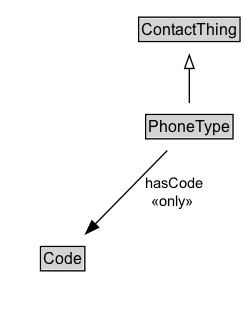
Before: docs/diagrams/PhoneType.dot.png, a diagram exported from Graphviz (ISO-TC204/ontology-cdm-p2-v1). Its source is kept beside it as docs/diagrams/PhoneType.dot. Source of this version:
```dot
digraph {
	graph [overlap=false rankdir=TB splines=true]
	node [fontname=Arial fontsize=12 margin=0 shape=none]
	edge [fontname=Arial fontsize=11]
	{
		rank=max
		PhoneType [label=<<TABLE BORDER="1" CELLBORDER="0" CELLSPACING="0" CELLPADDING="1"><TR><TD BGCOLOR="lightgray" ALIGN="CENTER" PORT="e">PhoneType</TD></TR></TABLE>> URL="../PhoneType.md" margin=0]
	}
	subgraph cluster_associated {
		label="" style=invis
		Invis [label=<<TABLE BORDER="0" CELLBORDER="0" CELLSPACING="0" CELLPADDING="1"><TR><TD></TD></TR></TABLE>> margin=0 style=invis]
		Code [label=<<TABLE BORDER="1" CELLBORDER="0" CELLSPACING="0" CELLPADDING="1"><TR><TD BGCOLOR="lightgray" ALIGN="CENTER">Code</TD></TR></TABLE>> URL="../Code.md" margin=0]
	}
	ContactThing [label=<<TABLE BORDER="1" CELLBORDER="0" CELLSPACING="0" CELLPADDING="1"><TR><TD BGCOLOR="lightgray" ALIGN="CENTER">ContactThing</TD></TR></TABLE>> URL="../ContactThing.md" margin=0]
	PhoneType -> ContactThing [arrowhead=onormal style=solid]
	PhoneType -> Invis [style=invis]
	Invis -> Code [style=invis]
	PhoneType -> Code [label=" hasCode
 «only»  " arrowhead=normal style=solid]
}
```
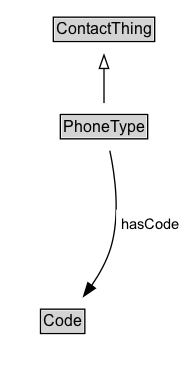
After the change.

The edit, as a diff of the source:
```diff
@@ -3,18 +3,21 @@
 	node [fontname=Arial fontsize=12 margin=0 shape=none]
 	edge [fontname=Arial fontsize=11]
 	{
+		rank=source
+		ContactThing [label=<<TABLE BORDER="1" CELLBORDER="0" CELLSPACING="0" CELLPADDING="1"><TR><TD BGCOLOR="lightgray" ALIGN="CENTER">ContactThing</TD></TR></TABLE>> URL="../ContactThing" margin=0]
+	}
+	PhoneType [label=<<TABLE BORDER="1" CELLBORDER="0" CELLSPACING="0" CELLPADDING="1"><TR><TD BGCOLOR="lightgray" ALIGN="CENTER">PhoneType</TD></TR></TABLE>> URL="../PhoneType" margin=0]
+	{
 		rank=max
-		PhoneType [label=<<TABLE BORDER="1" CELLBORDER="0" CELLSPACING="0" CELLPADDING="1"><TR><TD BGCOLOR="lightgray" ALIGN="CENTER" PORT="e">PhoneType</TD></TR></TABLE>> URL="../PhoneType.md" margin=0]
 	}
 	subgraph cluster_associated {
 		label="" style=invis
 		Invis [label=<<TABLE BORDER="0" CELLBORDER="0" CELLSPACING="0" CELLPADDING="1"><TR><TD></TD></TR></TABLE>> margin=0 style=invis]
-		Code [label=<<TABLE BORDER="1" CELLBORDER="0" CELLSPACING="0" CELLPADDING="1"><TR><TD BGCOLOR="lightgray" ALIGN="CENTER">Code</TD></TR></TABLE>> URL="../Code.md" margin=0]
+		Code [label=<<TABLE BORDER="1" CELLBORDER="0" CELLSPACING="0" CELLPADDING="1"><TR><TD BGCOLOR="lightgray" ALIGN="CENTER">Code</TD></TR></TABLE>> URL="../Code" margin=0]
 	}
-	ContactThing [label=<<TABLE BORDER="1" CELLBORDER="0" CELLSPACING="0" CELLPADDING="1"><TR><TD BGCOLOR="lightgray" ALIGN="CENTER">ContactThing</TD></TR></TABLE>> URL="../ContactThing.md" margin=0]
 	PhoneType -> ContactThing [arrowhead=onormal style=solid]
 	PhoneType -> Invis [style=invis]
 	Invis -> Code [style=invis]
-	PhoneType -> Code [label=" hasCode
- «only»  " arrowhead=normal style=solid]
+	Code [label=<<TABLE BORDER="1" CELLBORDER="0" CELLSPACING="0" CELLPADDING="1"><TR><TD BGCOLOR="lightgray" ALIGN="CENTER">Code</TD></TR></TABLE>> URL="../Code" margin=0]
+	PhoneType -> Code [label=<<TABLE BORDER="0" CELLBORDER="0" CELLSPACING="0" CELLPADDING="4" BGCOLOR="white"><TR><TD ALIGN="CENTER">hasCode</TD></TR></TABLE>> arrowhead=normal style=solid]
 }
```
